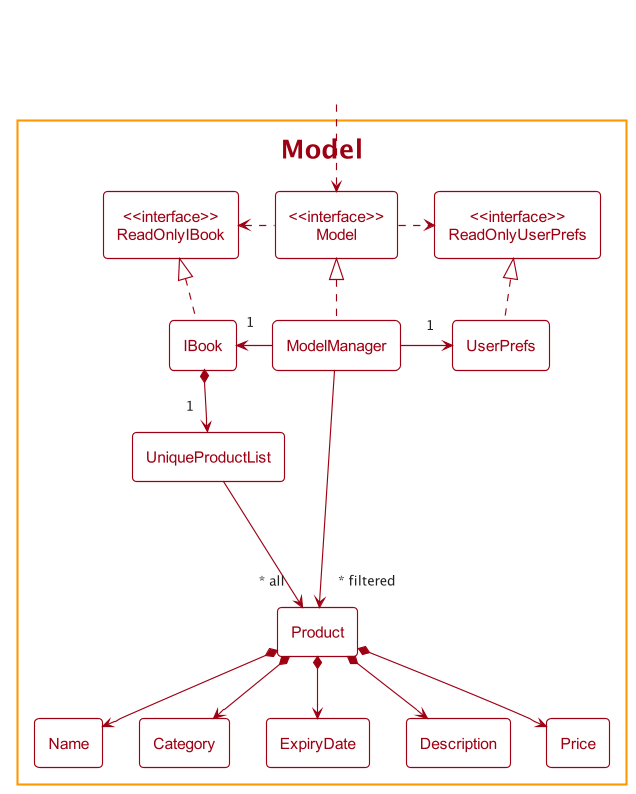
Before: docs/images/ModelClassDiagram.png, a diagram exported from PlantUML (nus-cs2103-AY2122S2/tp).
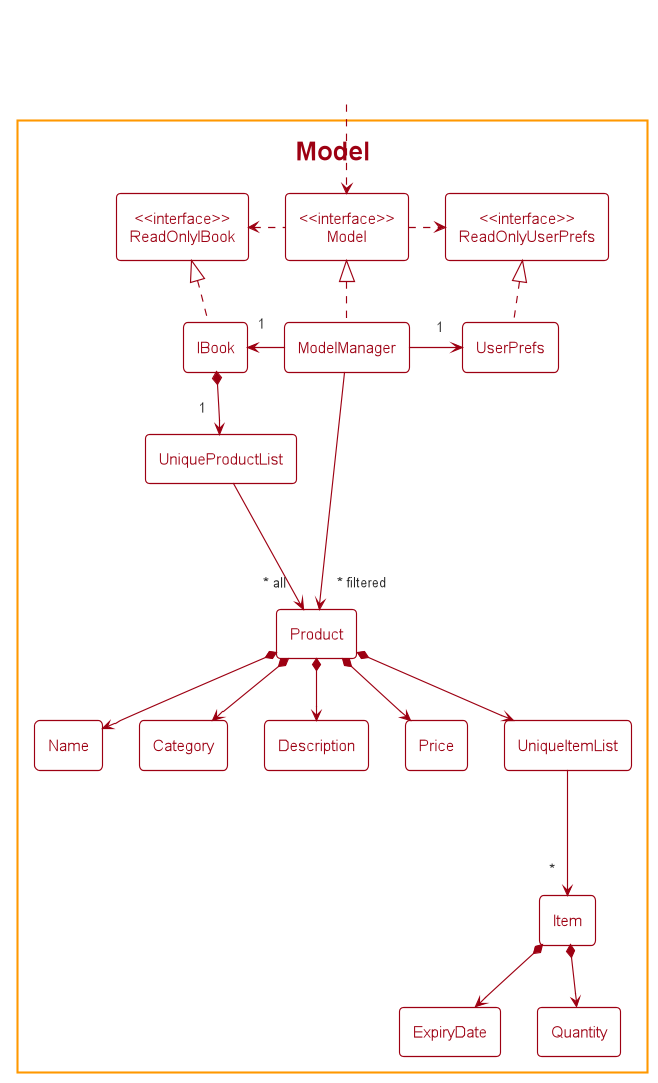
After the commit.

Commit message:
Update Model diagram

Diff of the diagram source:
```diff
@@ -16,9 +16,13 @@
     class Product
     class Name
     class Category
-    class ExpiryDate
     class Description
     class Price
+
+    class UniqueItemList
+    class Item
+    class ExpiryDate
+    class Quantity
 }
 
 class HiddenOutside <<Hidden>>
@@ -38,9 +42,13 @@
 
 Product *--> Name
 Product *--> Category
-Product *--> ExpiryDate
+Product *--> UniqueItemList
 Product *--> Description
 Product *--> Price
 
+UniqueItemList ---> "~*" Item
+Item *--> ExpiryDate
+Item *--> Quantity
+
 ModelManager -->"~* filtered" Product
 @enduml
```
